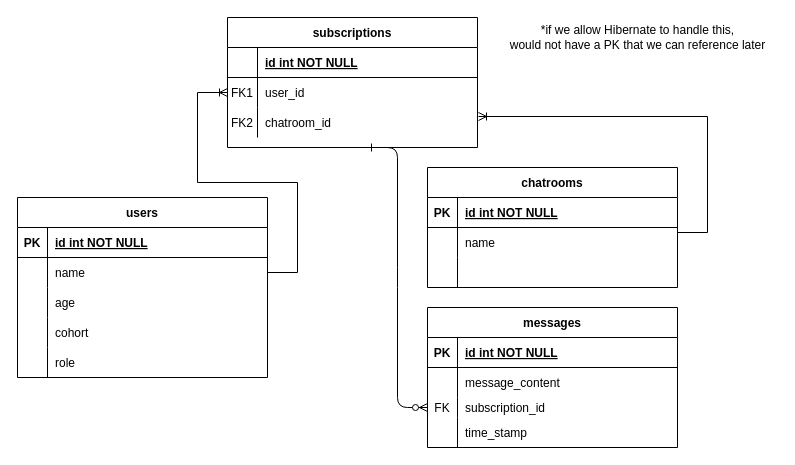
Earlier version of the draw.io diagram ProjectERD.drawio (anniewils97/TheBrightNetwork). Source tidied: cells renumbered, new cells numbered last; positions are measured from the earlier drawing's top-left corner, leaving out a move shared by most shapes. Both pictures are drawn from the tidied source at 100%, with x=0, y=0 at pixel (7, 17).
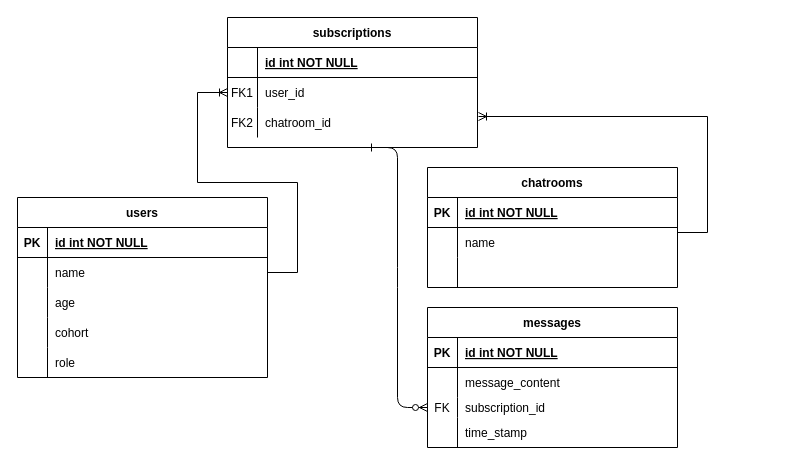
The same diagram, later.

Diff of the diagram source:
```diff
@@
-    <mxCell id="54" value="*if we allow Hibernate to handle this, &lt;br&gt;would not have a PK that we can reference later" style="text;html=1;align=center;verticalAlign=middle;strokeColor=none;fillColor=none;" parent="1" vertex="1">
-      <mxGeometry x="490" width="280" height="40" as="geometry" />
-    </mxCell>
```
